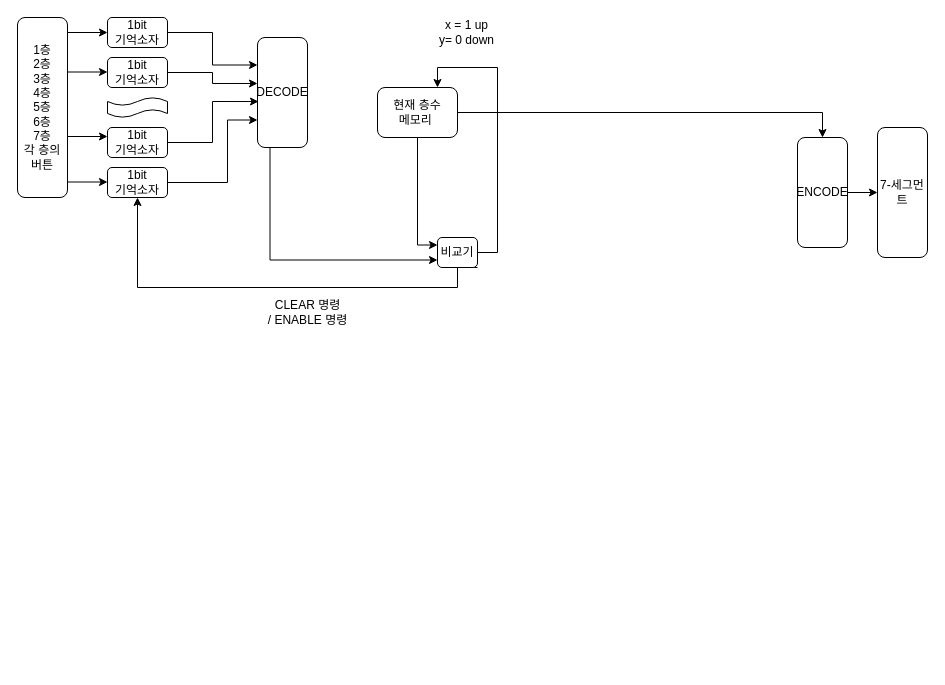
This is 4비트_엘리베이터_논리설계.drawio from CherryPichu/Elevator_Controller, a draw.io file, before an edit. Source tidied: cells renumbered, new cells numbered last; positions are measured from the earlier drawing's top-left corner, leaving out a move shared by most shapes. Both pictures are drawn from the tidied source at 100%, with x=0, y=0 at pixel (17, 17). Pictures stored in the file or linked from it are replaced by grey dashed boxes.
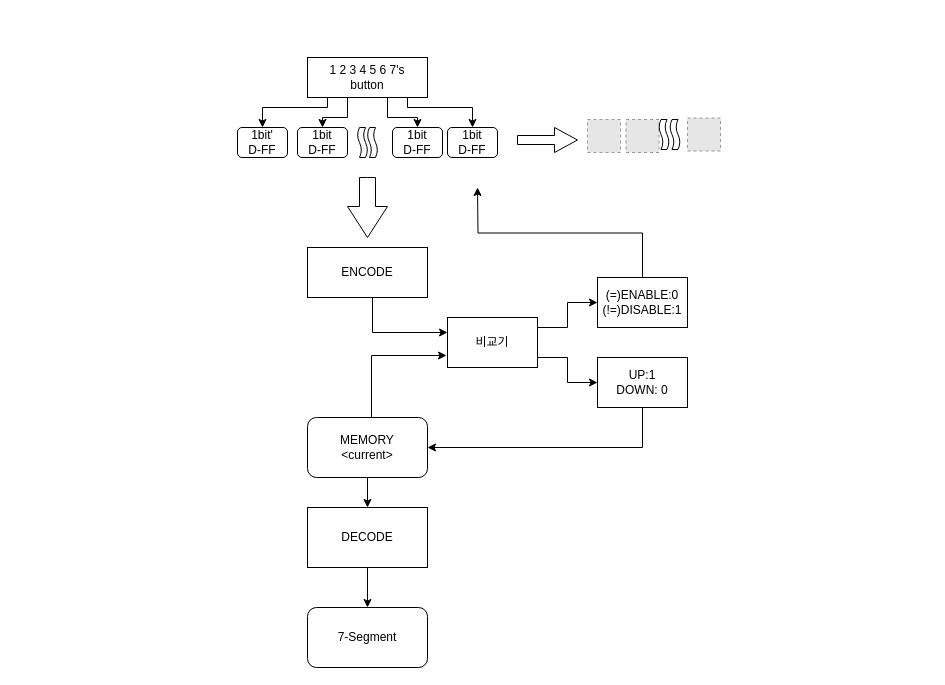
After the change.

Commit message (it also covers changes not shown here):
Update 4비트_엘리베이터_논리설계.drawio

What changed in the source:
```diff
@@
+    <mxCell id="29" style="edgeStyle=orthogonalEdgeStyle;rounded=0;orthogonalLoop=1;jettySize=auto;html=1;exitX=0.75;exitY=0;exitDx=0;exitDy=0;" parent="1" edge="1">
+      <mxGeometry relative="1" as="geometry">
+        <mxPoint x="353" y="400" as="sourcePoint" />
+        <mxPoint x="429" y="338" as="targetPoint" />
+        <Array as="points">
+          <mxPoint x="354" y="338" />
+        </Array>
+      </mxGeometry>
+    </mxCell>
-    <mxCell id="2" style="edgeStyle=orthogonalEdgeStyle;rounded=0;jettySize=auto;html=1;exitX=1;exitY=0.5;exitDx=0;exitDy=0;entryX=0.5;entryY=0;entryDx=0;entryDy=0;" parent="1" edge="1" source="4" target="13">
+    <mxCell id="2" style="edgeStyle=orthogonalEdgeStyle;rounded=0;jettySize=auto;html=1;exitX=0.5;exitY=1;exitDx=0;exitDy=0;entryX=0.5;entryY=0;entryDx=0;entryDy=0;" parent="1" edge="1" source="4" target="13">
       <mxGeometry relative="1" as="geometry" />
     </mxCell>
-    <mxCell id="3" style="edgeStyle=orthogonalEdgeStyle;rounded=0;jettySize=auto;html=1;exitX=0.5;exitY=1;exitDx=0;exitDy=0;entryX=0;entryY=0.25;entryDx=0;entryDy=0;" parent="1" edge="1" source="4" target="7">
-      <mxGeometry relative="1" as="geometry" />
-    </mxCell>
-    <mxCell id="4" value="현재 층수 &lt;br&gt;메모리&amp;nbsp;&lt;br&gt;" style="rounded=1;whiteSpace=wrap;html=1;" parent="1" vertex="1">
-      <mxGeometry x="360" y="70" width="80" height="50" as="geometry" />
+    <mxCell id="4" value="MEMORY&lt;br&gt;&amp;lt;current&amp;gt;" style="rounded=1;whiteSpace=wrap;html=1;" parent="1" vertex="1">
+      <mxGeometry x="290" y="400" width="120" height="60" as="geometry" />
     </mxCell>
-    <mxCell id="5" style="edgeStyle=orthogonalEdgeStyle;rounded=0;jettySize=auto;html=1;exitX=1;exitY=0.5;exitDx=0;exitDy=0;entryX=0.75;entryY=0;entryDx=0;entryDy=0;" parent="1" edge="1" source="7" target="4">
-      <mxGeometry relative="1" as="geometry" />
-    </mxCell>
-    <mxCell id="6" style="edgeStyle=orthogonalEdgeStyle;rounded=0;jettySize=auto;html=1;exitX=1;exitY=1;exitDx=0;exitDy=0;entryX=0.5;entryY=1;entryDx=0;entryDy=0;entryPerimeter=0;" parent="1" edge="1" source="7" target="19">
-      <mxGeometry relative="1" as="geometry">
-        <Array as="points">
-          <mxPoint x="440" y="250" />
-          <mxPoint x="440" y="270" />
-          <mxPoint x="120" y="270" />
-        </Array>
-      </mxGeometry>
-    </mxCell>
+    <mxCell id="30" style="edgeStyle=orthogonalEdgeStyle;rounded=0;jettySize=auto;html=1;exitX=1;exitY=0.5;exitDx=0;exitDy=0;entryX=0;entryY=0.5;entryDx=0;entryDy=0;" parent="1" edge="1" source="7" target="37">
+      <mxGeometry relative="1" as="geometry">
+        <Array as="points">
+          <mxPoint x="520" y="340" />
+          <mxPoint x="550" y="340" />
+          <mxPoint x="550" y="365" />
+        </Array>
+      </mxGeometry>
+    </mxCell>
+    <mxCell id="31" style="edgeStyle=orthogonalEdgeStyle;rounded=0;jettySize=auto;html=1;exitX=1;exitY=0.5;exitDx=0;exitDy=0;entryX=0;entryY=0.5;entryDx=0;entryDy=0;" parent="1" edge="1" source="7" target="45">
+      <mxGeometry relative="1" as="geometry">
+        <Array as="points">
+          <mxPoint x="520" y="310" />
+          <mxPoint x="550" y="310" />
+          <mxPoint x="550" y="285" />
+        </Array>
+      </mxGeometry>
+    </mxCell>
-    <mxCell id="7" value="비교기" style="rounded=1;whiteSpace=wrap;html=1;" parent="1" vertex="1">
-      <mxGeometry x="420" y="220" width="40" height="30" as="geometry" />
+    <mxCell id="7" value="비교기" style="rounded=1;whiteSpace=wrap;html=1;arcSize=0;" parent="1" vertex="1">
+      <mxGeometry x="430" y="300" width="90" height="50" as="geometry" />
     </mxCell>
+    <mxCell id="32" style="edgeStyle=orthogonalEdgeStyle;rounded=0;jettySize=auto;html=1;exitX=0.25;exitY=1;exitDx=0;exitDy=0;entryX=0.5;entryY=0;entryDx=0;entryDy=0;" parent="1" edge="1" source="8" target="15">
+      <mxGeometry relative="1" as="geometry">
+        <Array as="points">
+          <mxPoint x="310" y="80" />
+          <mxPoint x="310" y="90" />
+          <mxPoint x="245" y="90" />
+        </Array>
+      </mxGeometry>
+    </mxCell>
+    <mxCell id="33" style="edgeStyle=orthogonalEdgeStyle;rounded=0;jettySize=auto;html=1;exitX=0.5;exitY=1;exitDx=0;exitDy=0;entryX=0.5;entryY=0;entryDx=0;entryDy=0;" parent="1" edge="1" source="8" target="24">
+      <mxGeometry relative="1" as="geometry">
+        <Array as="points">
+          <mxPoint x="330" y="80" />
+          <mxPoint x="330" y="100" />
+          <mxPoint x="305" y="100" />
+        </Array>
+      </mxGeometry>
+    </mxCell>
+    <mxCell id="34" style="edgeStyle=orthogonalEdgeStyle;rounded=0;jettySize=auto;html=1;exitX=0.75;exitY=1;exitDx=0;exitDy=0;entryX=0.5;entryY=0;entryDx=0;entryDy=0;" parent="1" edge="1" source="8" target="40">
+      <mxGeometry relative="1" as="geometry">
+        <Array as="points">
+          <mxPoint x="390" y="80" />
+          <mxPoint x="390" y="90" />
+          <mxPoint x="455" y="90" />
+        </Array>
+      </mxGeometry>
+    </mxCell>
-    <mxCell id="8" value="1층&lt;br&gt;2층&lt;br&gt;3층&lt;br&gt;4층&lt;br&gt;5층&lt;br&gt;6층&lt;br&gt;7층&lt;br&gt;각 층의 버튼" style="rounded=1;whiteSpace=wrap;html=1;" parent="1" vertex="1">
-      <mxGeometry width="50" height="180" as="geometry" />
+    <mxCell id="8" value="1 2 3 4 5 6 7's &lt;br&gt;button" style="rounded=1;whiteSpace=wrap;html=1;arcSize=0;" parent="1" vertex="1">
+      <mxGeometry x="290" y="40" width="120" height="40" as="geometry" />
     </mxCell>
-    <mxCell id="9" style="edgeStyle=orthogonalEdgeStyle;rounded=0;jettySize=auto;html=1;exitX=0.25;exitY=1;exitDx=0;exitDy=0;entryX=0;entryY=0.75;entryDx=0;entryDy=0;" parent="1" edge="1" source="10" target="7">
-      <mxGeometry relative="1" as="geometry" />
-    </mxCell>
+    <mxCell id="35" style="edgeStyle=orthogonalEdgeStyle;rounded=0;jettySize=auto;html=1;exitX=0.5;exitY=1;exitDx=0;exitDy=0;" parent="1" edge="1" source="10">
+      <mxGeometry relative="1" as="geometry">
+        <mxPoint x="430" y="315" as="targetPoint" />
+        <Array as="points">
+          <mxPoint x="355" y="315" />
+        </Array>
+      </mxGeometry>
+    </mxCell>
-    <mxCell id="10" value="DECODE" style="rounded=1;whiteSpace=wrap;html=1;" parent="1" vertex="1">
-      <mxGeometry x="240" y="20" width="50" height="110" as="geometry" />
+    <mxCell id="10" value="ENCODE" style="rounded=1;whiteSpace=wrap;html=1;arcSize=0;" parent="1" vertex="1">
+      <mxGeometry x="290" y="230" width="120" height="50" as="geometry" />
     </mxCell>
-    <mxCell id="11" value="7-세그먼트" style="rounded=1;whiteSpace=wrap;html=1;" parent="1" vertex="1">
-      <mxGeometry x="860" y="110" width="50" height="130" as="geometry" />
+    <mxCell id="11" value="7-Segment" style="rounded=1;whiteSpace=wrap;html=1;" parent="1" vertex="1">
+      <mxGeometry x="290" y="590" width="120" height="60" as="geometry" />
     </mxCell>
-    <mxCell id="12" style="edgeStyle=orthogonalEdgeStyle;rounded=0;jettySize=auto;html=1;exitX=1;exitY=0.5;exitDx=0;exitDy=0;entryX=0;entryY=0.5;entryDx=0;entryDy=0;" parent="1" edge="1" source="13" target="11">
+    <mxCell id="12" style="edgeStyle=orthogonalEdgeStyle;rounded=0;jettySize=auto;html=1;exitX=0.5;exitY=1;exitDx=0;exitDy=0;entryX=0.5;entryY=0;entryDx=0;entryDy=0;" parent="1" edge="1" source="13" target="11">
       <mxGeometry relative="1" as="geometry" />
     </mxCell>
-    <mxCell id="13" value="ENCODE" style="rounded=1;whiteSpace=wrap;html=1;" parent="1" vertex="1">
-      <mxGeometry x="780" y="120" width="50" height="110" as="geometry" />
+    <mxCell id="13" value="DECODE" style="rounded=1;whiteSpace=wrap;html=1;arcSize=0;" parent="1" vertex="1">
+      <mxGeometry x="290" y="490" width="120" height="60" as="geometry" />
     </mxCell>
-    <mxCell id="14" style="edgeStyle=orthogonalEdgeStyle;rounded=0;jettySize=auto;html=1;exitX=1;exitY=0.5;exitDx=0;exitDy=0;entryX=0;entryY=0.25;entryDx=0;entryDy=0;" parent="1" edge="1" source="15" target="10">
-      <mxGeometry relative="1" as="geometry" />
-    </mxCell>
-    <mxCell id="15" value="1bit&lt;br&gt;기억소자" style="rounded=1;whiteSpace=wrap;html=1;" parent="1" vertex="1">
-      <mxGeometry x="90" width="60" height="30" as="geometry" />
+    <mxCell id="15" value="1bit'&lt;br&gt;D-FF" style="rounded=1;whiteSpace=wrap;html=1;" parent="1" vertex="1">
+      <mxGeometry x="220" y="110" width="50" height="30" as="geometry" />
     </mxCell>
-    <mxCell id="16" style="edgeStyle=orthogonalEdgeStyle;rounded=0;jettySize=auto;html=1;exitX=1;exitY=0.5;exitDx=0;exitDy=0;entryX=0.02;entryY=0.582;entryDx=0;entryDy=0;entryPerimeter=0;" parent="1" edge="1" source="17" target="10">
-      <mxGeometry relative="1" as="geometry" />
-    </mxCell>
-    <mxCell id="17" value="1bit&lt;br&gt;기억소자" style="rounded=1;whiteSpace=wrap;html=1;" parent="1" vertex="1">
-      <mxGeometry x="90" y="110" width="60" height="30" as="geometry" />
-    </mxCell>
-    <mxCell id="18" style="edgeStyle=orthogonalEdgeStyle;rounded=0;jettySize=auto;html=1;exitX=1;exitY=0.5;exitDx=0;exitDy=0;entryX=0;entryY=0.75;entryDx=0;entryDy=0;" parent="1" edge="1" source="19" target="10">
-      <mxGeometry relative="1" as="geometry">
-        <Array as="points">
-          <mxPoint x="210" y="165" />
-          <mxPoint x="210" y="103" />
-        </Array>
-      </mxGeometry>
-    </mxCell>
-    <mxCell id="19" value="1bit&lt;br&gt;기억소자" style="rounded=1;whiteSpace=wrap;html=1;" parent="1" vertex="1">
-      <mxGeometry x="90" y="150" width="60" height="30" as="geometry" />
-    </mxCell>
-    <mxCell id="20" value="x = 1 up&lt;br&gt;y= 0 down" style="text;html=1;align=center;verticalAlign=middle;fillColor=none;strokeColor=none;rounded=0;" parent="1" vertex="1">
-      <mxGeometry x="414" width="70" height="30" as="geometry" />
-    </mxCell>
-    <mxCell id="21" value="CLEAR 명령&lt;br&gt;/ ENABLE 명령" style="text;html=1;align=center;verticalAlign=middle;fillColor=none;strokeColor=none;rounded=0;" parent="1" vertex="1">
-      <mxGeometry x="240" y="280" width="100" height="30" as="geometry" />
-    </mxCell>
-    <mxCell id="22" style="shape=tape;whiteSpace=wrap;html=1;" parent="1" vertex="1">
-      <mxGeometry x="90" y="80" width="60" height="20" as="geometry" />
+    <mxCell id="22" style="shape=tape;whiteSpace=wrap;html=1;direction=south;" parent="1" vertex="1">
+      <mxGeometry x="340" y="110" width="10" height="30" as="geometry" />
     </mxCell>
-    <mxCell id="23" style="edgeStyle=orthogonalEdgeStyle;rounded=0;jettySize=auto;html=1;exitX=1;exitY=0.5;exitDx=0;exitDy=0;entryX=0;entryY=0.418;entryDx=0;entryDy=0;entryPerimeter=0;" parent="1" edge="1" source="24" target="10">
-      <mxGeometry relative="1" as="geometry" />
-    </mxCell>
-    <mxCell id="24" value="1bit&lt;br&gt;기억소자" style="rounded=1;whiteSpace=wrap;html=1;" parent="1" vertex="1">
-      <mxGeometry x="90" y="40" width="60" height="30" as="geometry" />
+    <mxCell id="24" value="1bit&lt;br&gt;D-FF" style="rounded=1;whiteSpace=wrap;html=1;" parent="1" vertex="1">
+      <mxGeometry x="280" y="110" width="50" height="30" as="geometry" />
     </mxCell>
-    <mxCell id="25" style="edgeStyle=orthogonalEdgeStyle;rounded=0;orthogonalLoop=1;jettySize=auto;html=1;entryX=0;entryY=0.5;entryDx=0;entryDy=0;" parent="1" edge="1">
-      <mxGeometry relative="1" as="geometry">
-        <mxPoint x="50" y="15" as="sourcePoint" />
-        <mxPoint x="90" y="15" as="targetPoint" />
-        <Array as="points">
-          <mxPoint x="50" y="15" />
-        </Array>
-      </mxGeometry>
-    </mxCell>
-    <mxCell id="26" style="edgeStyle=orthogonalEdgeStyle;rounded=0;orthogonalLoop=1;jettySize=auto;html=1;entryX=0;entryY=0.5;entryDx=0;entryDy=0;" parent="1" edge="1">
-      <mxGeometry relative="1" as="geometry">
-        <mxPoint x="50" y="119" as="sourcePoint" />
-        <mxPoint x="90" y="119" as="targetPoint" />
-        <Array as="points">
-          <mxPoint x="50" y="119" />
-        </Array>
-      </mxGeometry>
-    </mxCell>
-    <mxCell id="27" style="edgeStyle=orthogonalEdgeStyle;rounded=0;orthogonalLoop=1;jettySize=auto;html=1;entryX=0;entryY=0.5;entryDx=0;entryDy=0;" parent="1" edge="1">
-      <mxGeometry relative="1" as="geometry">
-        <mxPoint x="50" y="54.5" as="sourcePoint" />
-        <mxPoint x="90" y="54.5" as="targetPoint" />
-        <Array as="points">
-          <mxPoint x="50" y="54.5" />
-        </Array>
-      </mxGeometry>
-    </mxCell>
-    <mxCell id="28" style="edgeStyle=orthogonalEdgeStyle;rounded=0;orthogonalLoop=1;jettySize=auto;html=1;entryX=0;entryY=0.5;entryDx=0;entryDy=0;" parent="1" edge="1">
-      <mxGeometry relative="1" as="geometry">
-        <mxPoint x="50" y="164.5" as="sourcePoint" />
-        <mxPoint x="90" y="164.5" as="targetPoint" />
-        <Array as="points">
-          <mxPoint x="50" y="164.5" />
-        </Array>
-      </mxGeometry>
-    </mxCell>
+    <mxCell id="36" style="edgeStyle=orthogonalEdgeStyle;rounded=0;jettySize=auto;html=1;exitX=0.5;exitY=1;exitDx=0;exitDy=0;entryX=1;entryY=0.5;entryDx=0;entryDy=0;" parent="1" edge="1" source="37" target="4">
+      <mxGeometry relative="1" as="geometry" />
+    </mxCell>
+    <mxCell id="37" value="UP:1&lt;br&gt;DOWN: 0" style="rounded=1;whiteSpace=wrap;html=1;arcSize=0;" parent="1" vertex="1">
+      <mxGeometry x="580" y="340" width="90" height="50" as="geometry" />
+    </mxCell>
+    <mxCell id="38" style="html=1;shadow=0;dashed=0;align=center;verticalAlign=middle;shape=mxgraph.arrows2.arrow;dy=0.6;dx=31;notch=0;rotation=90;" parent="1" vertex="1">
+      <mxGeometry x="320" y="170" width="60" height="40" as="geometry" />
+    </mxCell>
+    <mxCell id="39" value="1bit&lt;br&gt;D-FF" style="rounded=1;whiteSpace=wrap;html=1;" parent="1" vertex="1">
+      <mxGeometry x="375" y="110" width="50" height="30" as="geometry" />
+    </mxCell>
+    <mxCell id="40" value="1bit&lt;br&gt;D-FF" style="rounded=1;whiteSpace=wrap;html=1;" parent="1" vertex="1">
+      <mxGeometry x="430" y="110" width="50" height="30" as="geometry" />
+    </mxCell>
+    <mxCell id="41" style="shape=tape;whiteSpace=wrap;html=1;direction=south;" parent="1" vertex="1">
+      <mxGeometry x="350" y="110" width="10" height="30" as="geometry" />
+    </mxCell>
+    <mxCell id="42" style="edgeStyle=orthogonalEdgeStyle;rounded=0;orthogonalLoop=1;jettySize=auto;html=1;" parent="1" edge="1">
+      <mxGeometry relative="1" as="geometry">
+        <mxPoint x="370" y="80" as="sourcePoint" />
+        <mxPoint x="400" y="110" as="targetPoint" />
+        <Array as="points">
+          <mxPoint x="370" y="100" />
+          <mxPoint x="400" y="100" />
+          <mxPoint x="400" y="110" />
+        </Array>
+      </mxGeometry>
+    </mxCell>
+    <mxCell id="43" style="html=1;shadow=0;dashed=0;align=center;verticalAlign=middle;shape=mxgraph.arrows2.arrow;dy=0.64;dx=23;notch=0;rotation=0;" parent="1" vertex="1">
+      <mxGeometry x="500" y="110" width="60" height="25" as="geometry" />
+    </mxCell>
+    <mxCell id="44" style="edgeStyle=orthogonalEdgeStyle;rounded=0;jettySize=auto;html=1;exitX=0.5;exitY=0;exitDx=0;exitDy=0;" parent="1" edge="1" source="45">
+      <mxGeometry relative="1" as="geometry">
+        <mxPoint x="460" y="170" as="targetPoint" />
+      </mxGeometry>
+    </mxCell>
+    <mxCell id="45" value="(=)ENABLE:0&lt;br&gt;(!=)DISABLE:1" style="rounded=1;whiteSpace=wrap;html=1;arcSize=0;" parent="1" vertex="1">
+      <mxGeometry x="580" y="260" width="90" height="50" as="geometry" />
+    </mxCell>
+    <mxCell id="46" style="fillColor=#E6E6E6;strokeColor=#999999;dashed=1;html=1;verticalAlign=top;verticalLabelPosition=bottom;labelBackgroundColor=#ffffff;" parent="1" vertex="1">
+      <mxGeometry x="570" y="102" width="33" height="33" as="geometry" />
+    </mxCell>
+    <mxCell id="47" style="fillColor=#E6E6E6;strokeColor=#999999;dashed=1;html=1;verticalAlign=top;verticalLabelPosition=bottom;labelBackgroundColor=#ffffff;" parent="1" vertex="1">
+      <mxGeometry x="608.5" y="102" width="33" height="33" as="geometry" />
+    </mxCell>
+    <mxCell id="48" style="fillColor=#E6E6E6;strokeColor=#999999;dashed=1;html=1;verticalAlign=top;verticalLabelPosition=bottom;labelBackgroundColor=#ffffff;" parent="1" vertex="1">
+      <mxGeometry x="670" y="100.5" width="33" height="33" as="geometry" />
+    </mxCell>
+    <mxCell id="49" style="shape=tape;whiteSpace=wrap;html=1;direction=south;" parent="1" vertex="1">
+      <mxGeometry x="641.5" y="102" width="10" height="30" as="geometry" />
+    </mxCell>
+    <mxCell id="50" style="shape=tape;whiteSpace=wrap;html=1;direction=south;" parent="1" vertex="1">
+      <mxGeometry x="652.5" y="102" width="10" height="30" as="geometry" />
+    </mxCell>
```
